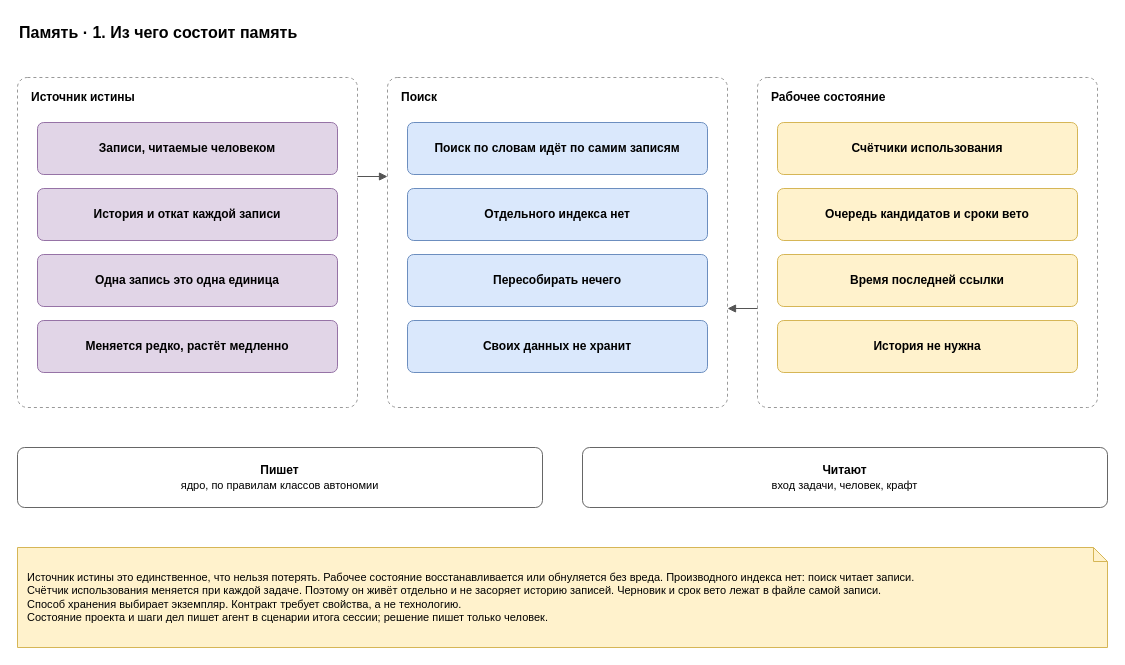
Above: page "1. Состав" (1 of 7) of docs/spec/harness-memory.drawio in roygkov/reins (draw.io), before the change. Source tidied: cells renumbered, new cells numbered last; positions are measured from the earlier drawing's top-left corner, leaving out a move shared by most shapes. Both pictures are drawn from the tidied source at 100%, with x=0, y=0 at pixel (17, 17).
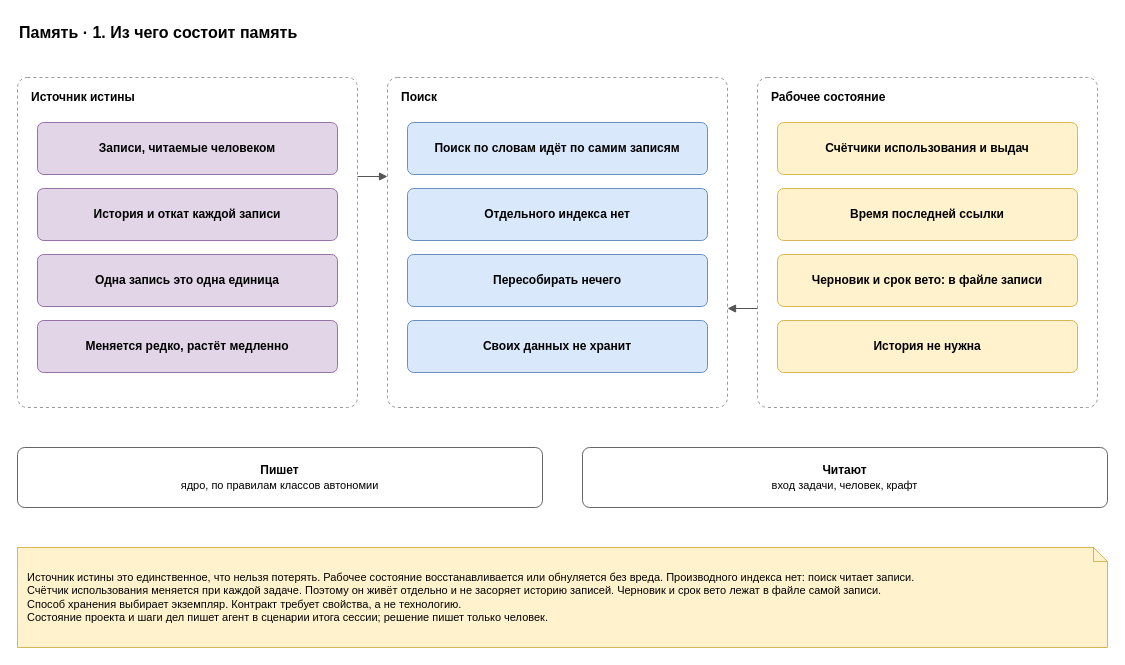
After the change.

The edit, as a diff of the source:
```diff
@@
-    <mxCell id="14" value="&lt;b&gt;Счётчики использования&lt;/b&gt;" style="rounded=1;whiteSpace=wrap;html=1;fillColor=#fff2cc;strokeColor=#d6b656;arcSize=12;" parent="1" vertex="1">
+    <mxCell id="14" value="&lt;b&gt;Счётчики использования и выдач&lt;/b&gt;" style="rounded=1;whiteSpace=wrap;html=1;fillColor=#fff2cc;strokeColor=#d6b656;arcSize=12;" parent="1" vertex="1">
       <mxGeometry x="760" y="105" width="300" height="52" as="geometry" />
     </mxCell>
-    <mxCell id="15" value="&lt;b&gt;Очередь кандидатов и сроки вето&lt;/b&gt;" style="rounded=1;whiteSpace=wrap;html=1;fillColor=#fff2cc;strokeColor=#d6b656;arcSize=12;" parent="1" vertex="1">
+    <mxCell id="15" value="&lt;b&gt;Время последней ссылки&lt;/b&gt;" style="rounded=1;whiteSpace=wrap;html=1;fillColor=#fff2cc;strokeColor=#d6b656;arcSize=12;" parent="1" vertex="1">
       <mxGeometry x="760" y="171" width="300" height="52" as="geometry" />
     </mxCell>
-    <mxCell id="16" value="&lt;b&gt;Время последней ссылки&lt;/b&gt;" style="rounded=1;whiteSpace=wrap;html=1;fillColor=#fff2cc;strokeColor=#d6b656;arcSize=12;" parent="1" vertex="1">
+    <mxCell id="16" value="&lt;b&gt;Черновик и срок вето: в файле записи&lt;/b&gt;" style="rounded=1;whiteSpace=wrap;html=1;fillColor=#fff2cc;strokeColor=#d6b656;arcSize=12;" parent="1" vertex="1">
       <mxGeometry x="760" y="237" width="300" height="52" as="geometry" />
     </mxCell>
```
